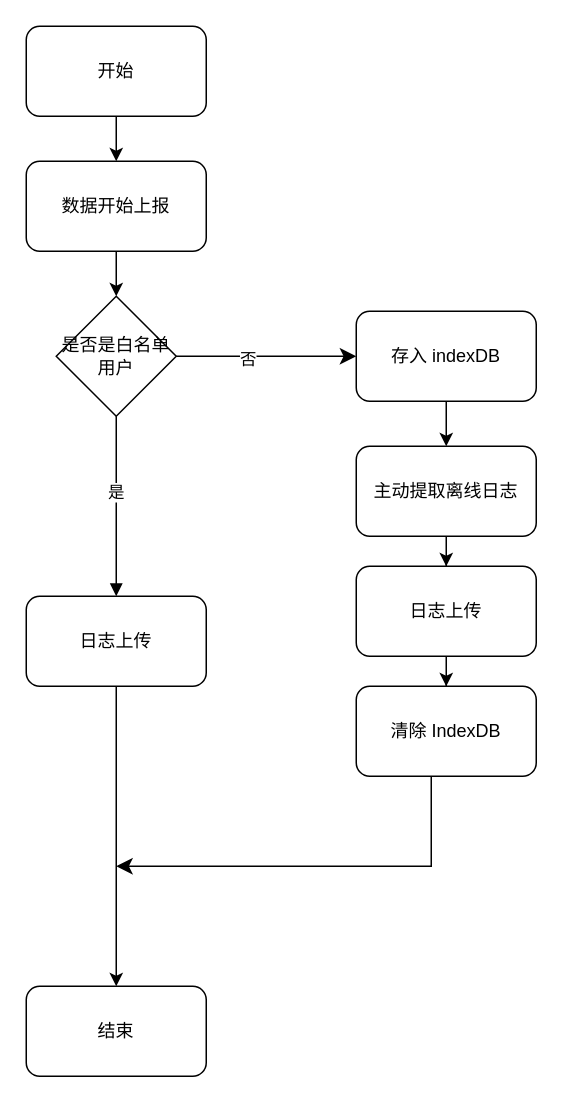
FelixTt/repositoryForDraw.io keeps this draw.io diagram as 离线日志-主动上报.drawio. Above is the earlier version. Source tidied: cells renumbered, new cells numbered last; positions are measured from the earlier drawing's top-left corner, leaving out a move shared by most shapes. Both pictures are drawn from the tidied source at 150%, with x=0, y=0 at pixel (26, 26).
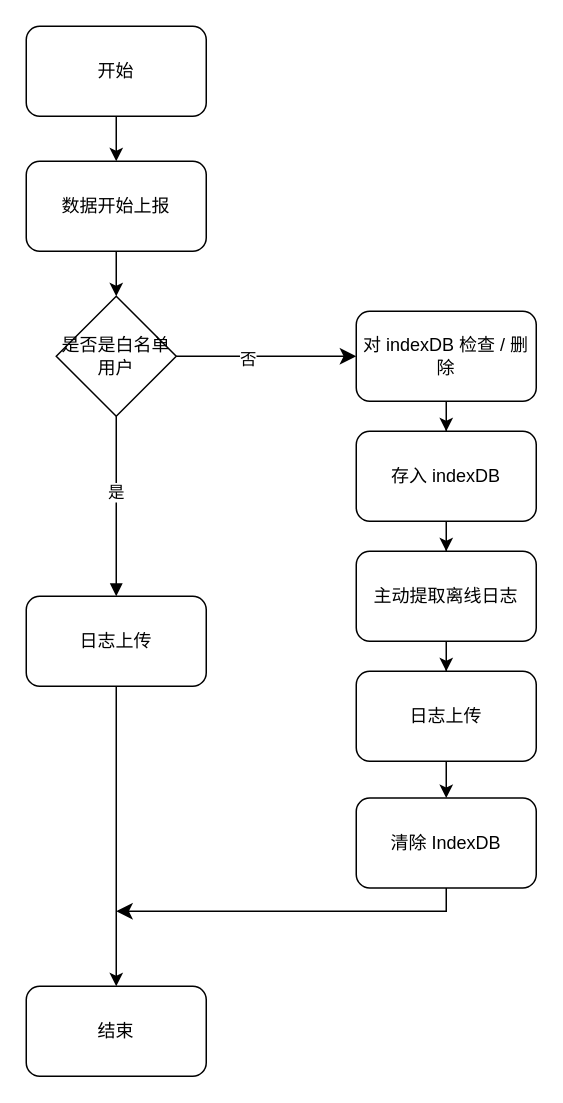
After the change.

Commit message (it also covers changes not shown here):
更新离线日志-主动上报.drawio

The change refers to these unchanged cells:
```xml
<mxCell id="4" value="是否是白名单用户" style="rhombus;whiteSpace=wrap;html=1;" parent="1" vertex="1">
  <mxGeometry x="20" y="180" width="80" height="80" as="geometry" />
</mxCell>
```

What changed in the source:
```diff
@@
     <mxCell id="5" value="清除 IndexDB" style="rounded=1;whiteSpace=wrap;html=1;" parent="1" vertex="1">
-      <mxGeometry x="220" y="440" width="120" height="60" as="geometry" />
+      <mxGeometry x="220" y="514.5" width="120" height="60" as="geometry" />
     </mxCell>
@@
     <mxCell id="7" value="存入 indexDB" style="rounded=1;whiteSpace=wrap;html=1;" parent="1" vertex="1">
-      <mxGeometry x="220" y="190" width="120" height="60" as="geometry" />
+      <mxGeometry x="220" y="270" width="120" height="60" as="geometry" />
     </mxCell>
@@
-    <mxCell id="10" style="edgeStyle=elbowEdgeStyle;elbow=horizontal;endArrow=classic;html=1;curved=0;rounded=0;endSize=8;startSize=8;exitX=1;exitY=0.5;exitDx=0;exitDy=0;" parent="1" edge="1" source="4" target="7">
+    <mxCell id="10" style="edgeStyle=elbowEdgeStyle;elbow=horizontal;endArrow=classic;html=1;curved=0;rounded=0;endSize=8;startSize=8;exitX=1;exitY=0.5;exitDx=0;exitDy=0;entryX=0;entryY=0.5;entryDx=0;entryDy=0;" parent="1" edge="1" source="4" target="22">
       <mxGeometry relative="1" as="geometry">
         <Array as="points">
           <mxPoint x="190" y="180" />
         </Array>
       </mxGeometry>
     </mxCell>
@@
-    <mxCell id="14" style="edgeStyle=elbowEdgeStyle;elbow=vertical;endArrow=classic;html=1;curved=0;rounded=0;endSize=8;startSize=8;" parent="1" edge="1" source="5">
-      <mxGeometry relative="1" as="geometry">
-        <mxPoint x="60" y="560" as="targetPoint" />
-        <Array as="points">
-          <mxPoint x="270" y="560" />
-        </Array>
-      </mxGeometry>
-    </mxCell>
@@
     <mxCell id="18" value="主动提取离线日志" style="rounded=1;whiteSpace=wrap;html=1;" parent="1" vertex="1">
-      <mxGeometry x="220" y="280" width="120" height="60" as="geometry" />
+      <mxGeometry x="220" y="350" width="120" height="60" as="geometry" />
     </mxCell>
@@
     <mxCell id="20" value="日志上传" style="rounded=1;whiteSpace=wrap;html=1;" parent="1" vertex="1">
-      <mxGeometry x="220" y="360" width="120" height="60" as="geometry" />
+      <mxGeometry x="220" y="430" width="120" height="60" as="geometry" />
     </mxCell>
+    <mxCell id="21" style="edgeStyle=orthogonalEdgeStyle;rounded=0;jettySize=auto;html=1;" parent="1" edge="1" source="22" target="7">
+      <mxGeometry relative="1" as="geometry" />
+    </mxCell>
+    <mxCell id="22" value="对 indexDB 检查 / 删除" style="rounded=1;whiteSpace=wrap;html=1;" parent="1" vertex="1">
+      <mxGeometry x="220" y="190" width="120" height="60" as="geometry" />
+    </mxCell>
+    <mxCell id="23" style="edgeStyle=segmentEdgeStyle;endArrow=classic;html=1;curved=0;rounded=0;endSize=8;startSize=8;exitX=0.5;exitY=1;exitDx=0;exitDy=0;" parent="1" edge="1" source="5">
+      <mxGeometry relative="1" as="geometry">
+        <mxPoint x="60" y="590" as="targetPoint" />
+        <Array as="points">
+          <mxPoint x="280" y="590" />
+          <mxPoint x="60" y="590" />
+        </Array>
+      </mxGeometry>
+    </mxCell>
```
